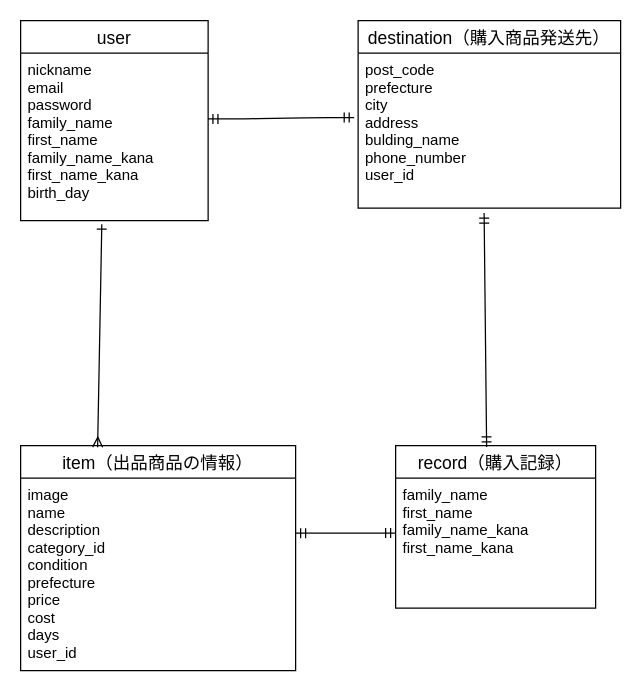
s05098st/furima-34004 keeps this draw.io diagram as furima.dio. Above is the earlier version. Source tidied: cells renumbered, new cells numbered last; positions are measured from the earlier drawing's top-left corner, leaving out a move shared by most shapes. Both pictures are drawn from the tidied source at 125%, with x=0, y=0 at pixel (20, 20).
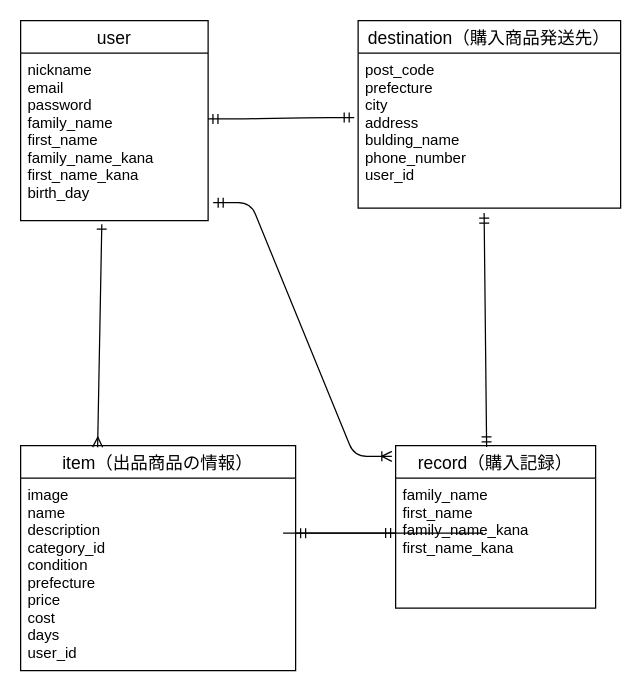
Above is the later version.

Commit message (it also covers changes not shown here):
README及びER図修正

Change to the diagram source:
```diff
@@
 <mxGraphModel>
   <root>
     <mxCell id="0" />
     <mxCell id="1" parent="0" />
     <mxCell id="2" value="user" style="swimlane;fontStyle=0;horizontal=1;startSize=26;align=center;fontSize=14;" parent="1" vertex="1">
       <mxGeometry width="150" height="160" as="geometry" />
     </mxCell>
     <mxCell id="3" value="nickname&#10;email&#10;password&#10;family_name&#10;first_name&#10;family_name_kana&#10;first_name_kana&#10;birth_day&#10;" style="text;strokeColor=none;fillColor=none;spacingLeft=4;spacingRight=4;overflow=hidden;points=[[0,0.5],[1,0.5]];portConstraint=eastwest;fontSize=12;" parent="2" vertex="1">
       <mxGeometry y="26" width="150" height="134" as="geometry" />
     </mxCell>
     <mxCell id="4" value="item（出品商品の情報）" style="swimlane;fontStyle=0;horizontal=1;startSize=26;align=center;fontSize=14;" parent="1" vertex="1">
       <mxGeometry y="340" width="220" height="180" as="geometry" />
     </mxCell>
     <mxCell id="5" value="image&#10;name&#10;description&#10;category_id&#10;condition&#10;prefecture&#10;price&#10;cost&#10;days&#10;user_id&#10;" style="text;strokeColor=none;fillColor=none;spacingLeft=4;spacingRight=4;overflow=hidden;fontSize=12;" parent="4" vertex="1">
       <mxGeometry y="26" width="220" height="154" as="geometry" />
     </mxCell>
     <mxCell id="6" value="destination（購入商品発送先）" style="swimlane;fontStyle=0;horizontal=1;startSize=26;align=center;fontSize=14;" parent="1" vertex="1">
       <mxGeometry x="270" width="210" height="150" as="geometry" />
     </mxCell>
     <mxCell id="7" value="post_code&#10;prefecture&#10;city&#10;address&#10;bulding_name&#10;phone_number&#10;user_id&#10;" style="text;strokeColor=none;fillColor=none;spacingLeft=4;spacingRight=4;overflow=hidden;points=[[0,0.5],[1,0.5]];portConstraint=eastwest;fontSize=12;" parent="6" vertex="1">
       <mxGeometry y="26" width="210" height="124" as="geometry" />
     </mxCell>
     <mxCell id="8" value="record（購入記録）" style="swimlane;fontStyle=0;horizontal=1;startSize=26;align=center;fontSize=14;" parent="1" vertex="1">
       <mxGeometry x="300" y="340" width="160" height="130" as="geometry" />
     </mxCell>
     <mxCell id="9" value="family_name&#10;first_name&#10;family_name_kana&#10;first_name_kana" style="text;strokeColor=none;fillColor=none;spacingLeft=4;spacingRight=4;overflow=hidden;points=[[0,0.5],[1,0.5]];portConstraint=eastwest;fontSize=12;" parent="8" vertex="1">
       <mxGeometry y="26" width="160" height="104" as="geometry" />
     </mxCell>
     <mxCell id="10" style="edgeStyle=entityRelationEdgeStyle;fontSize=12;html=1;endArrow=ERmandOne;startArrow=ERmandOne;entryX=-0.015;entryY=0.416;entryDx=0;entryDy=0;entryPerimeter=0;exitX=0.999;exitY=0.393;exitDx=0;exitDy=0;exitPerimeter=0;" parent="1" edge="1" source="3" target="7">
       <mxGeometry relative="1" as="geometry" />
     </mxCell>
     <mxCell id="11" style="endArrow=ERmany;html=1;rounded=0;exitX=0.433;exitY=1.021;exitDx=0;exitDy=0;exitPerimeter=0;startArrow=ERone;startFill=0;entryX=0.28;entryY=0.007;entryDx=0;entryDy=0;entryPerimeter=0;endFill=0;" parent="1" edge="1" source="3" target="4">
       <mxGeometry relative="1" as="geometry" />
     </mxCell>
     <mxCell id="12" style="edgeStyle=entityRelationEdgeStyle;fontSize=12;html=1;endArrow=ERmandOne;startArrow=ERmandOne;entryX=0;entryY=0.423;entryDx=0;entryDy=0;entryPerimeter=0;" parent="1" edge="1" target="9">
       <mxGeometry relative="1" as="geometry">
         <mxPoint x="220" y="410" as="sourcePoint" />
       </mxGeometry>
     </mxCell>
     <mxCell id="13" style="endArrow=ERmandOne;html=1;rounded=0;exitX=0.48;exitY=1.032;exitDx=0;exitDy=0;exitPerimeter=0;startArrow=ERmandOne;startFill=0;endFill=0;entryX=0.455;entryY=0.008;entryDx=0;entryDy=0;entryPerimeter=0;" parent="1" edge="1" source="7" target="8">
       <mxGeometry relative="1" as="geometry" />
     </mxCell>
+    <mxCell id="14" style="endArrow=none;html=1;rounded=0;" parent="1" edge="1">
+      <mxGeometry relative="1" as="geometry">
+        <mxPoint x="210" y="410" as="sourcePoint" />
+        <mxPoint x="370" y="410" as="targetPoint" />
+      </mxGeometry>
+    </mxCell>
+    <mxCell id="15" style="edgeStyle=entityRelationEdgeStyle;fontSize=12;html=1;endArrow=ERoneToMany;startArrow=ERmandOne;exitX=1.027;exitY=0.893;exitDx=0;exitDy=0;exitPerimeter=0;entryX=-0.019;entryY=0.066;entryDx=0;entryDy=0;entryPerimeter=0;" parent="1" edge="1" source="3" target="8">
+      <mxGeometry relative="1" as="geometry" />
+    </mxCell>
   </root>
 </mxGraphModel>
```
